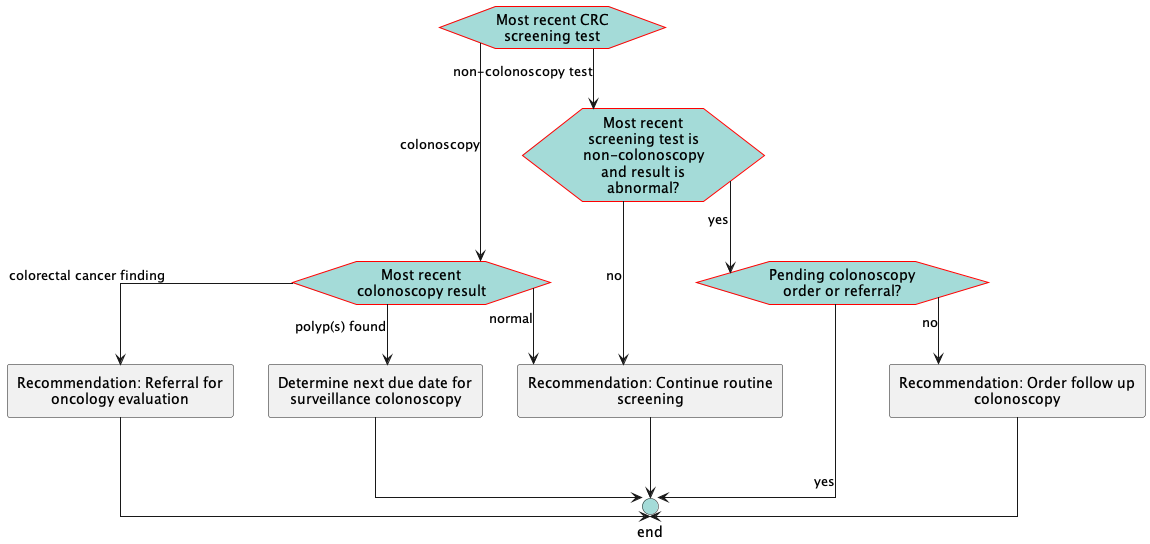
Before: images/flow-FollowUp.png, a diagram exported from PlantUML (ccsm-cds-tools/CDC-Colorectal-Cancer-Screening-CDS-L2).
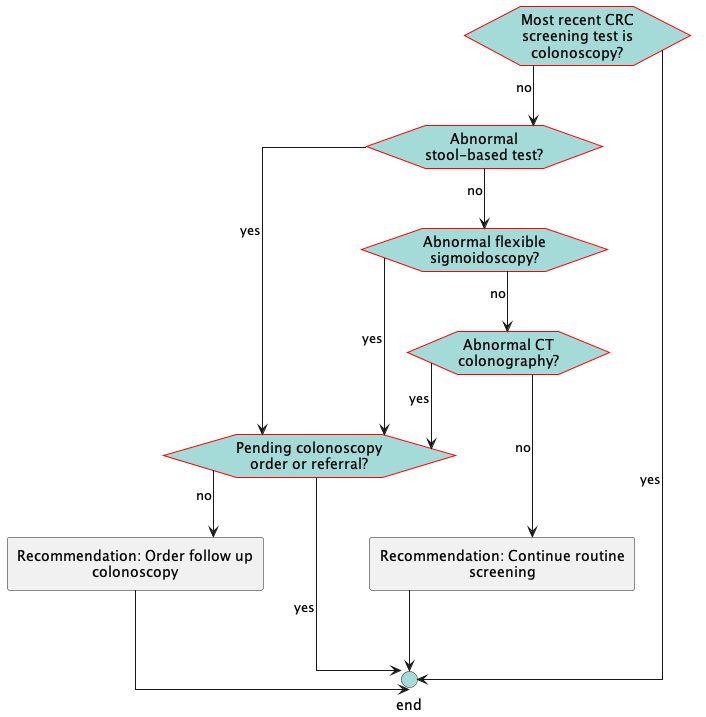
After the commit.

The edit, as a diff of the source:
```diff
@@ -17,26 +17,24 @@
     BackGroundColor: #A4DBD8
 }
 </style>
-hexagon "Most recent CRC screening test" as eve_lastTest [[#eve-lastTest]]
-hexagon "Most recent colonoscopy result" as eve_ColonoscopyResult [[#eve-ColonoscopyResult]]
-rectangle "Recommendation: Continue routine screening" as act_followUpRoutineScreening [[#act-followUpRoutineScreening]]
-rectangle "Recommendation: Referral for oncology evaluation" as act_oncologyReferral [[#act-oncologyReferral]]
-rectangle "Determine next due date for surveillance colonoscopy" as act_followUpSurveillance [[#act-followUpSurveillance]]
-hexagon "Most recent screening test is non-colonoscopy and result is abnormal?" as eve_AbnormalResultNotColonoscopy [[#eve-AbnormalResultNotColonoscopy]]
+hexagon "Most recent CRC screening test is colonoscopy?" as eve_lastTestColonoscopy [[#eve-lastTestColonoscopy]]
+hexagon "Abnormal stool-based test?" as eve_abnormalStoolTest [[#eve-abnormalStoolTest]]
+hexagon "Abnormal flexible sigmoidoscopy?" as eve_abnormalFlexibleSigmoidoscopy [[#eve-abnormalFlexibleSigmoidoscopy]]
+hexagon "Abnormal CT colonography?" as eve_abnormalCTColonography [[#eve-abnormalCTColonography]]
 hexagon "Pending colonoscopy order or referral?" as eve_pendingColonoscopy [[#eve-pendingColonoscopy]]
 rectangle "Recommendation: Order follow up colonoscopy" as act_FollowUpColonoscopy [[#act-FollowUpColonoscopy]]
+rectangle "Recommendation: Continue routine screening" as act_continueRoutineScreening [[#act-continueRoutineScreening]]
 circle "end" as end_1 <<end>>
-eve_lastTest-->eve_ColonoscopyResult: colonoscopy
-eve_lastTest-->eve_AbnormalResultNotColonoscopy: non-colonoscopy test
-eve_ColonoscopyResult-->act_followUpRoutineScreening: normal
-eve_ColonoscopyResult-->act_followUpSurveillance: polyp(s) found
-eve_ColonoscopyResult-->act_oncologyReferral: colorectal cancer finding
-act_followUpRoutineScreening-->end_1
-act_oncologyReferral-->end_1
-act_followUpSurveillance-->end_1
-eve_AbnormalResultNotColonoscopy-->eve_pendingColonoscopy: yes
-eve_AbnormalResultNotColonoscopy-->act_followUpRoutineScreening: no
+eve_lastTestColonoscopy-->end_1: yes
+eve_lastTestColonoscopy-->eve_abnormalStoolTest: no
+eve_abnormalStoolTest-->eve_pendingColonoscopy: yes
+eve_abnormalStoolTest-->eve_abnormalFlexibleSigmoidoscopy: no
+eve_abnormalFlexibleSigmoidoscopy-->eve_pendingColonoscopy: yes
+eve_abnormalFlexibleSigmoidoscopy-->eve_abnormalCTColonography: no
+eve_abnormalCTColonography-->eve_pendingColonoscopy: yes
+eve_abnormalCTColonography-->act_continueRoutineScreening: no
 eve_pendingColonoscopy-->end_1: yes
 eve_pendingColonoscopy-->act_FollowUpColonoscopy: no
 act_FollowUpColonoscopy-->end_1
+act_continueRoutineScreening-->end_1
 @enduml
```
